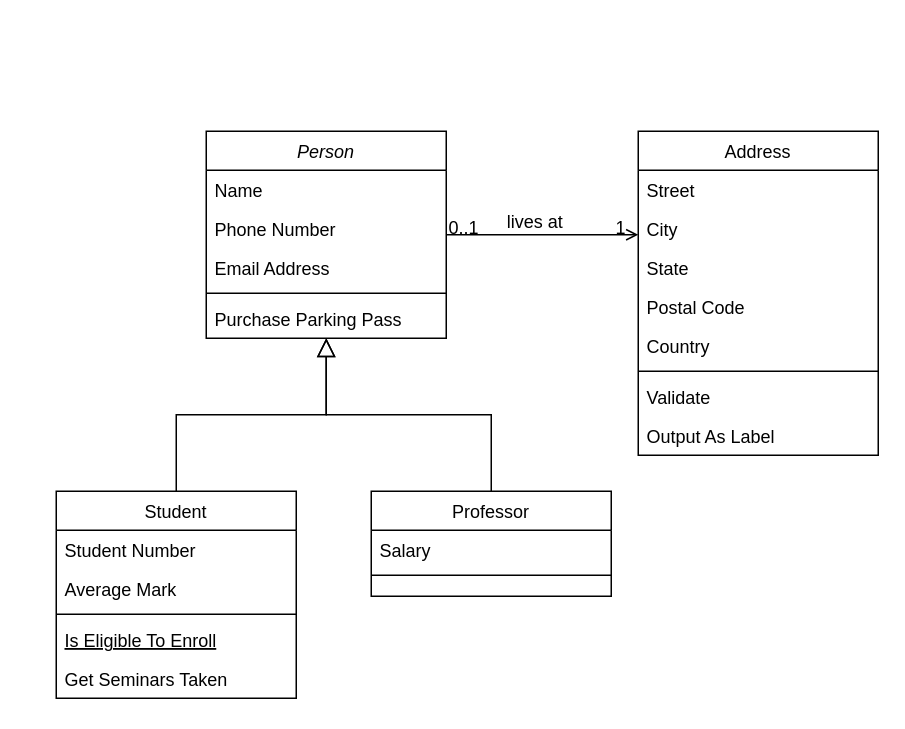
Before: PizzariaJow.drawio in JoabeSoares/PizzariaJava, a draw.io diagram. Source tidied: cells renumbered, new cells numbered last; positions are measured from the earlier drawing's top-left corner, leaving out a move shared by most shapes. Both pictures are drawn from the tidied source at 150%, with x=0, y=0 at pixel (56, 130).
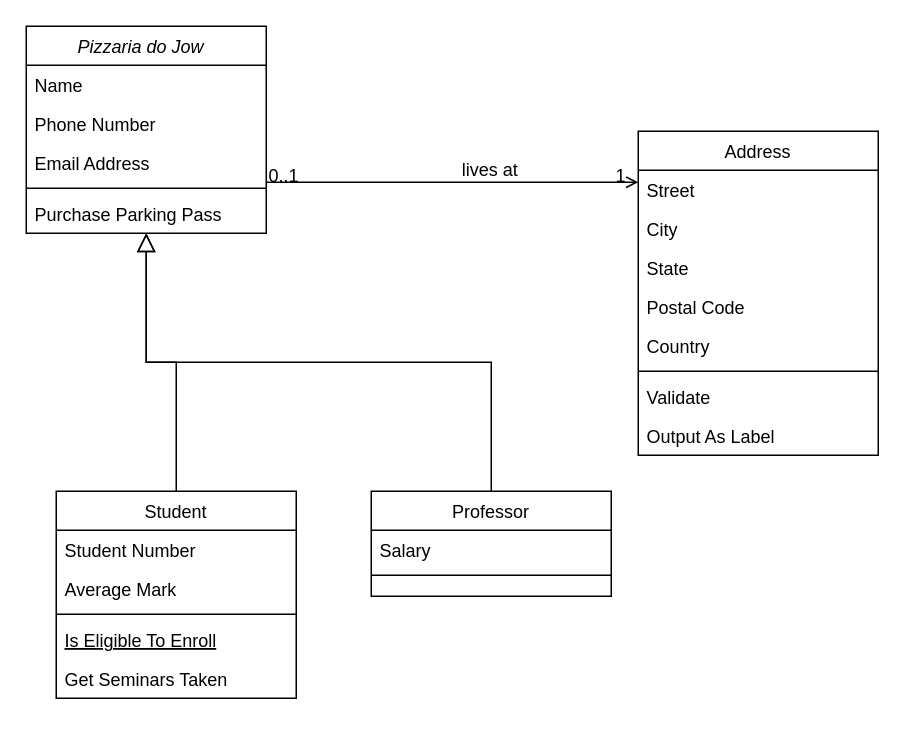
The same page after the edit.

Diff of the diagram source:
```diff
@@
-    <mxCell id="2" value="Person" style="swimlane;fontStyle=2;align=center;verticalAlign=top;horizontal=1;startSize=26;rounded=0;shadow=0;strokeWidth=1;" parent="1" vertex="1">
-      <mxGeometry x="100" width="160" height="138" as="geometry" />
+    <mxCell id="2" value="Pizzaria do Jow  " style="swimlane;fontStyle=2;align=center;verticalAlign=top;horizontal=1;startSize=26;rounded=0;shadow=0;strokeWidth=1;" parent="1" vertex="1">
+      <mxGeometry x="-20" y="-70" width="160" height="138" as="geometry" />
     </mxCell>
```
